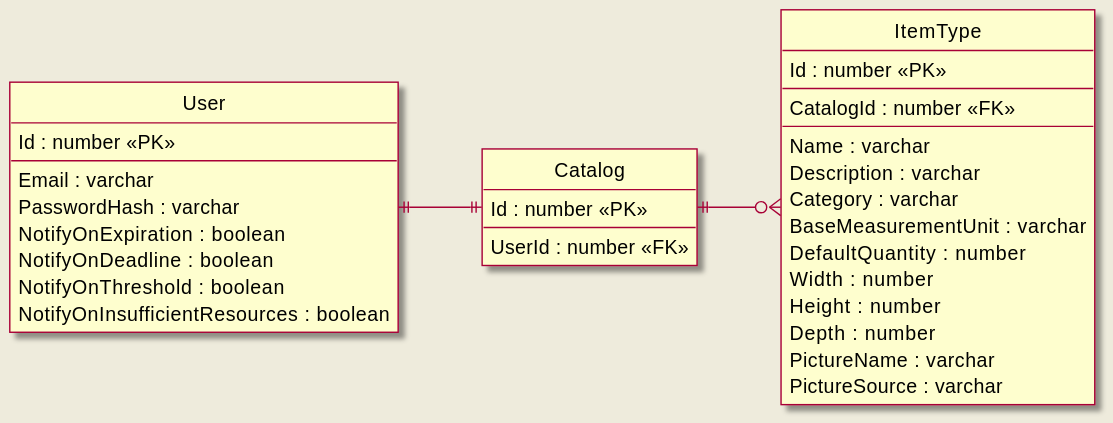
Above: diagrams/er.svg in Lingers-3/project (PlantUML), before the change.
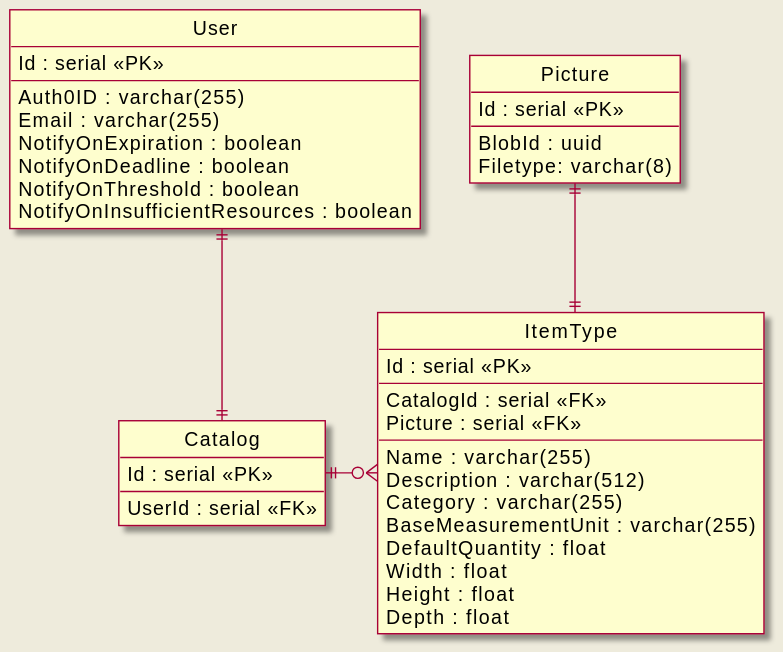
Above is the later version.

The edit, as a diff of the source:
```diff
@@ -1,15 +1,14 @@
 @startuml
 skin rose
 skinparam backgroundColor #EEEBDC
-left to right direction
 hide circle
 skinparam linetype ortho
 
 entity User {
-  Id : number <<PK>>
+  Id : serial <<PK>>
   --
-  Email : varchar
-  PasswordHash : varchar
+  Auth0ID : varchar(255)
+  Email : varchar(255)
   NotifyOnExpiration : boolean
   NotifyOnDeadline : boolean
   NotifyOnThreshold : boolean
@@ -17,28 +16,35 @@
 }
 
 entity Catalog {
-  Id : number <<PK>>
+  Id : serial <<PK>>
   --
-  UserId : number <<FK>>
+  UserId : serial <<FK>>
 }
 
 entity ItemType {
-  Id : number <<PK>>
+  Id : serial <<PK>>
   --
-  CatalogId : number <<FK>>
+  CatalogId : serial <<FK>>
+  Picture : serial <<FK>>
   --
-  Name : varchar
-  Description : varchar
-  Category : varchar
-  BaseMeasurementUnit : varchar
-  DefaultQuantity : number
-  Width : number
-  Height : number
-  Depth : number
-  PictureName : varchar
-  PictureSource : varchar
+  Name : varchar(255)
+  Description : varchar(512)
+  Category : varchar(255)
+  BaseMeasurementUnit : varchar(255)
+  DefaultQuantity : float
+  Width : float
+  Height : float
+  Depth : float
 }
 
-User    ||--|| Catalog
-Catalog ||--o{ ItemType
+entity Picture {
+  Id : serial <<PK>>
+  --
+  BlobId : uuid
+  Filetype: varchar(8)
+}
+
+User    ||-d-|| Catalog
+Catalog ||-r-o{ ItemType
+ItemType ||-u-|| Picture
 @enduml
```
